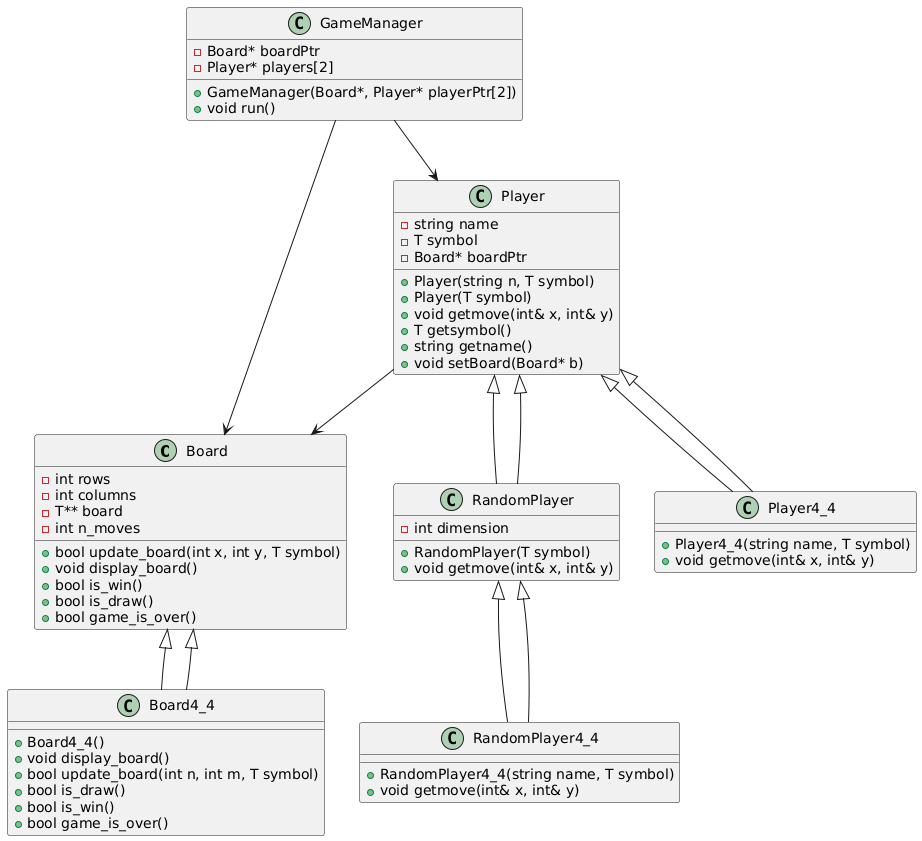
Above: UML_Game_8.png in A7med-noureldin/tic-tac-toe (PlantUML), before the change.
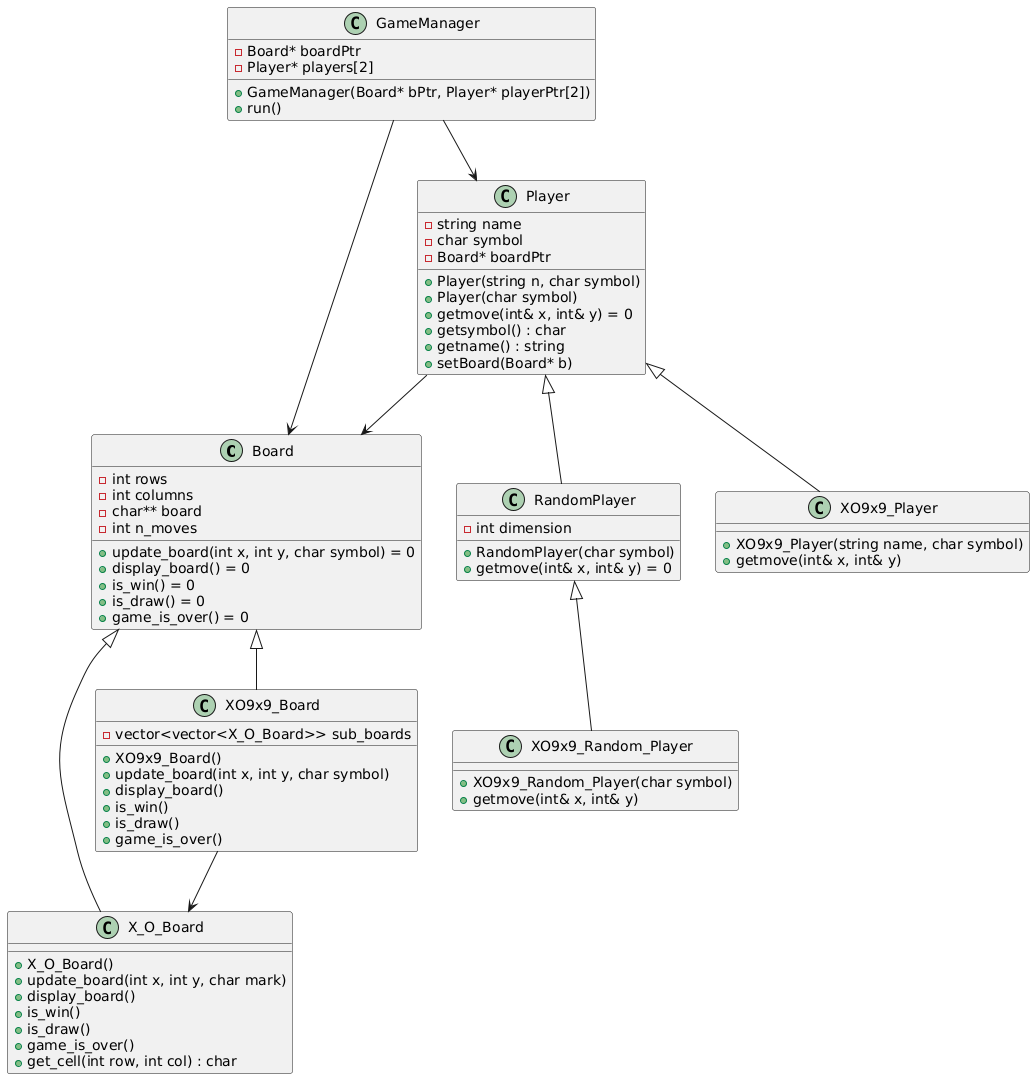
Later version of the same file.

Change to the diagram source:
```diff
@@ -2,64 +2,73 @@
 class Board {
     - int rows
     - int columns
-    - T** board
+    - char** board
     - int n_moves
-    + bool update_board(int x, int y, T symbol)
-    + void display_board()
-    + bool is_win()
-    + bool is_draw()
-    + bool game_is_over()
+    + update_board(int x, int y, char symbol) = 0
+    + display_board() = 0
+    + is_win() = 0
+    + is_draw() = 0
+    + game_is_over() = 0
 }
 
 class Player {
     - string name
-    - T symbol
+    - char symbol
     - Board* boardPtr
-    + Player(string n, T symbol)
-    + Player(T symbol)
-    + void getmove(int& x, int& y)
-    + T getsymbol()
-    + string getname()
-    + void setBoard(Board* b)
+    + Player(string n, char symbol)
+    + Player(char symbol)
+    + getmove(int& x, int& y) = 0
+    + getsymbol() : char
+    + getname() : string
+    + setBoard(Board* b)
 }
 
 class RandomPlayer extends Player {
     - int dimension
-    + RandomPlayer(T symbol)
-    + void getmove(int& x, int& y)
+    + RandomPlayer(char symbol)
+    + getmove(int& x, int& y) = 0
 }
 
 class GameManager {
     - Board* boardPtr
     - Player* players[2]
-    + GameManager(Board*, Player* playerPtr[2])
-    + void run()
+    + GameManager(Board* bPtr, Player* playerPtr[2])
+    + run()
 }
 
-class Board4_4 extends Board {
-    + Board4_4()
-    + void display_board()
-    + bool update_board(int n, int m, T symbol)
-    + bool is_draw()
-    + bool is_win()
-    + bool game_is_over()
+class X_O_Board extends Board {
+    + X_O_Board()
+    + update_board(int x, int y, char mark)
+    + display_board()
+    + is_win()
+    + is_draw()
+    + game_is_over()
+    + get_cell(int row, int col) : char
 }
 
-class Player4_4 extends Player {
-    + Player4_4(string name, T symbol)
-    + void getmove(int& x, int& y)
+class XO9x9_Board extends Board {
+    - vector<vector<X_O_Board>> sub_boards
+    + XO9x9_Board()
+    + update_board(int x, int y, char symbol)
+    + display_board()
+    + is_win()
+    + is_draw()
+    + game_is_over()
 }
 
-class RandomPlayer4_4 extends RandomPlayer {
-    + RandomPlayer4_4(string name, T symbol)
-    + void getmove(int& x, int& y)
+class XO9x9_Player extends Player {
+    + XO9x9_Player(string name, char symbol)
+    + getmove(int& x, int& y)
 }
 
-Board <|-- Board4_4
-Player <|-- Player4_4
-RandomPlayer <|-- RandomPlayer4_4
-Player <|-- RandomPlayer
+class XO9x9_Random_Player extends RandomPlayer {
+    + XO9x9_Random_Player(char symbol)
+    + getmove(int& x, int& y)
+}
+
+
 GameManager --> Board
 GameManager --> Player
 Player --> Board
+XO9x9_Board --> X_O_Board
 @enduml
```
